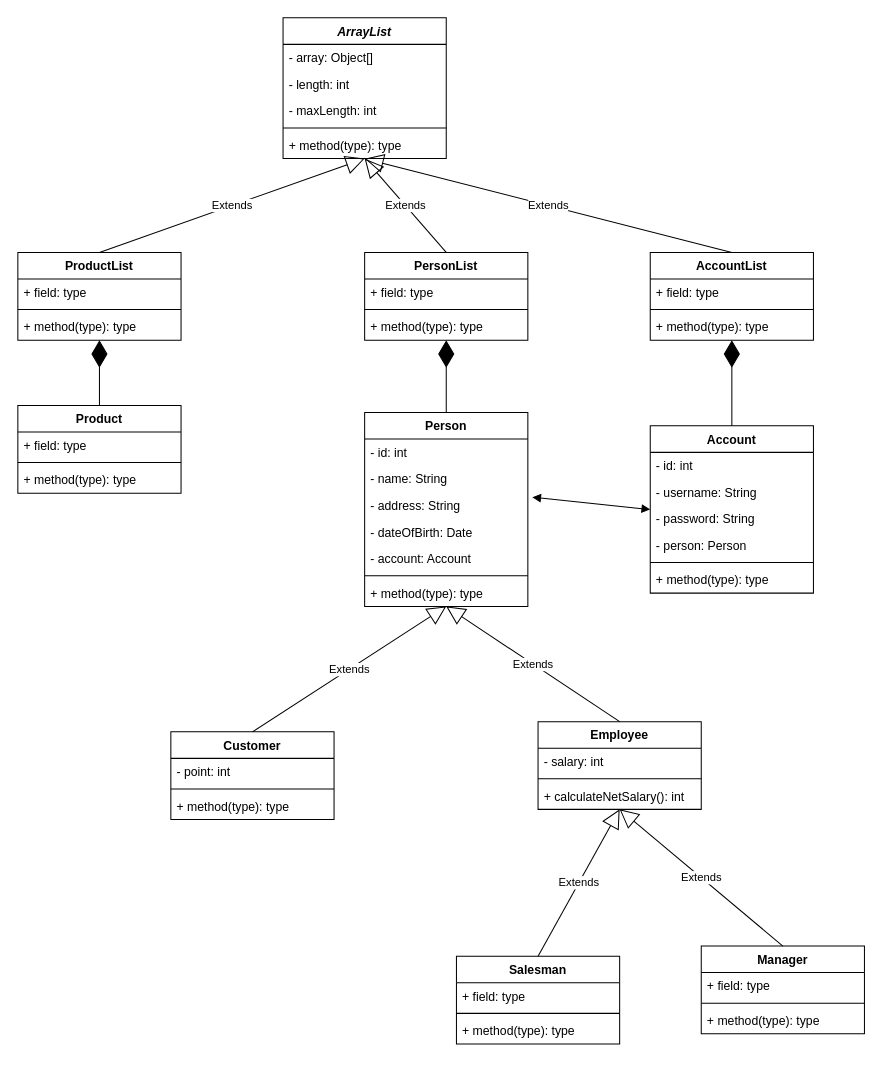
Above: drawio/diagram.drawio in HoangGiaBao212/Food-Drink-Ordering-Management-System (draw.io), before the change. Source tidied: cells renumbered, new cells numbered last; positions are measured from the earlier drawing's top-left corner, leaving out a move shared by most shapes. Both pictures are drawn from the tidied source at 102%, with x=0, y=0 at pixel (17, 17).
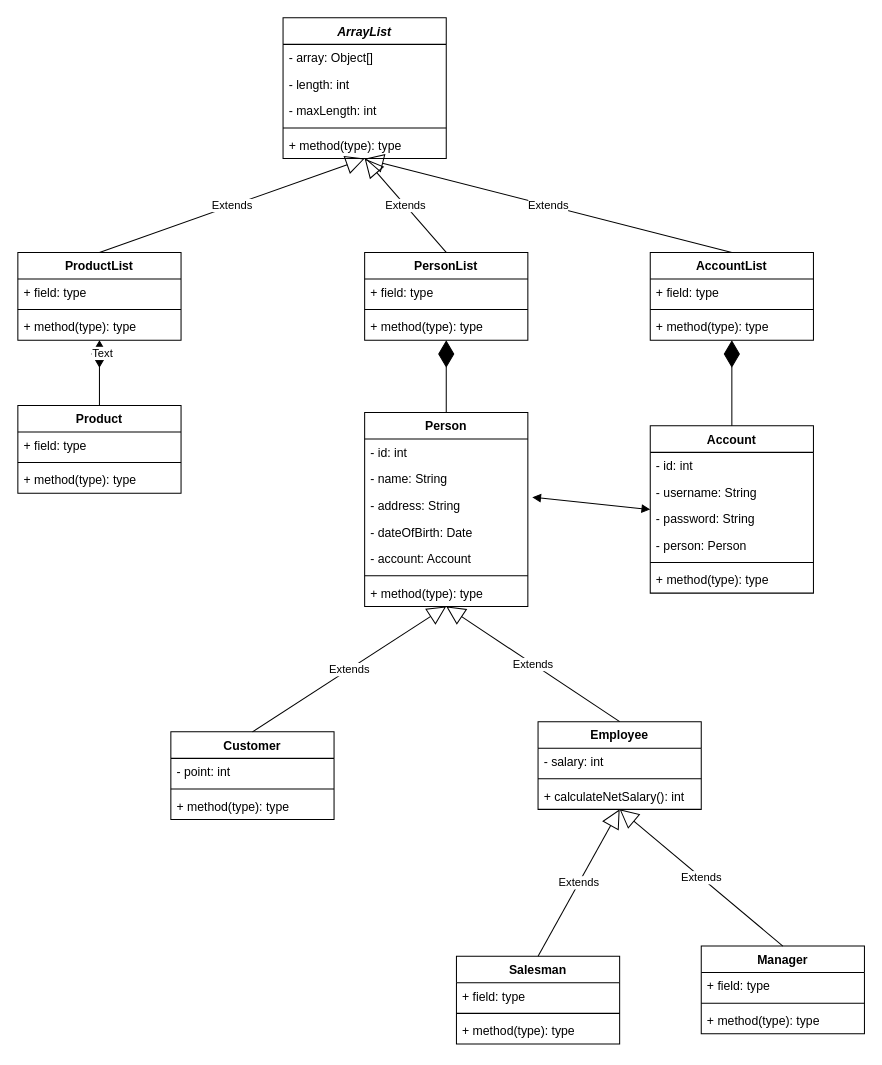
After the change.

Commit message (it also covers changes not shown here):
search find dis play productlist

Unchanged cells that the change refers to:
```xml
<mxCell id="65" style="endArrow=diamondThin;endFill=1;endSize=24;html=1;exitX=0.5;exitY=0;exitDx=0;exitDy=0;entryX=0.5;entryY=1;entryDx=0;entryDy=0;" parent="1" edge="1" source="61" target="53">
  <mxGeometry relative="1" as="geometry" />
</mxCell>
```

Diff of the diagram source:
```diff
@@
+    <mxCell id="66" value="Text" style="edgeLabel;html=1;align=center;verticalAlign=middle;" parent="65" vertex="1">
+      <mxGeometry x="0.62" y="-2" relative="1" as="geometry" />
+    </mxCell>
```
